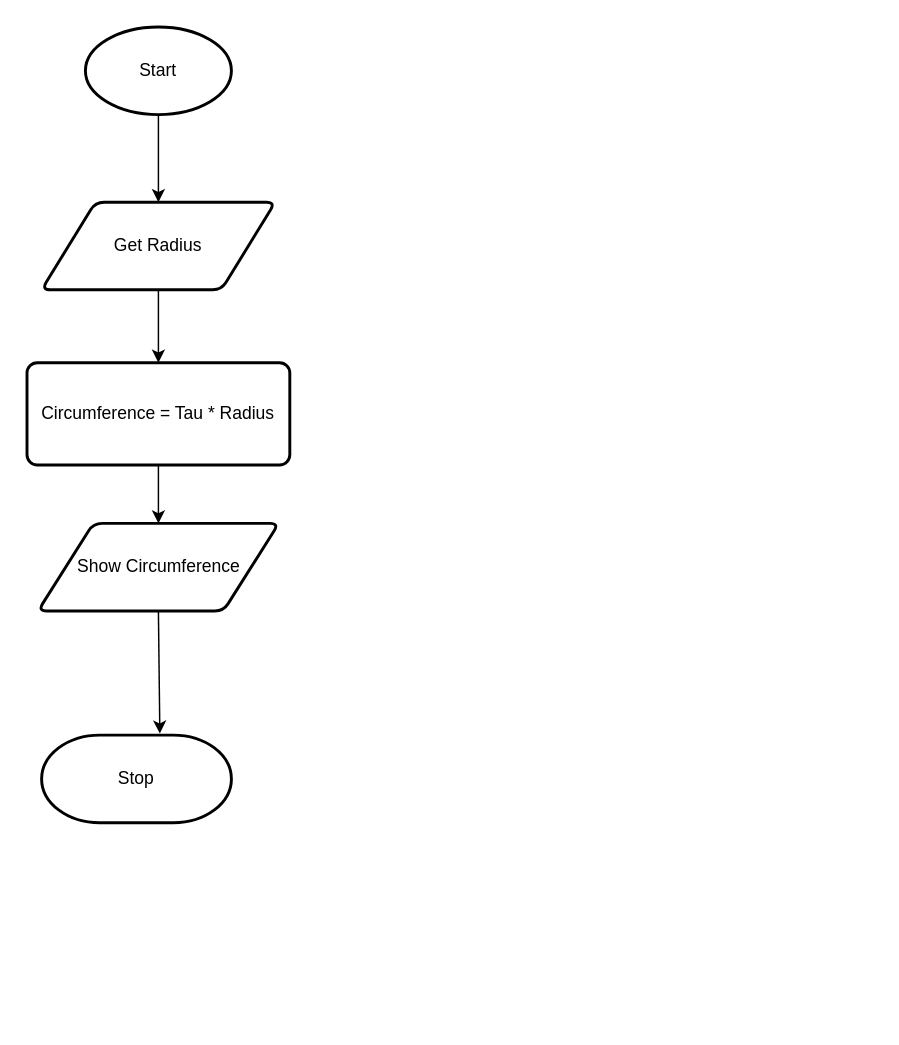
Above: flowchart.drawio in Ethan-Prieur1/ICS3U-Assignment4-Python (draw.io), before the change. Source tidied: cells renumbered, new cells numbered last; positions are measured from the earlier drawing's top-left corner, leaving out a move shared by most shapes. Both pictures are drawn from the tidied source at 146%, with x=0, y=0 at pixel (26, 26).
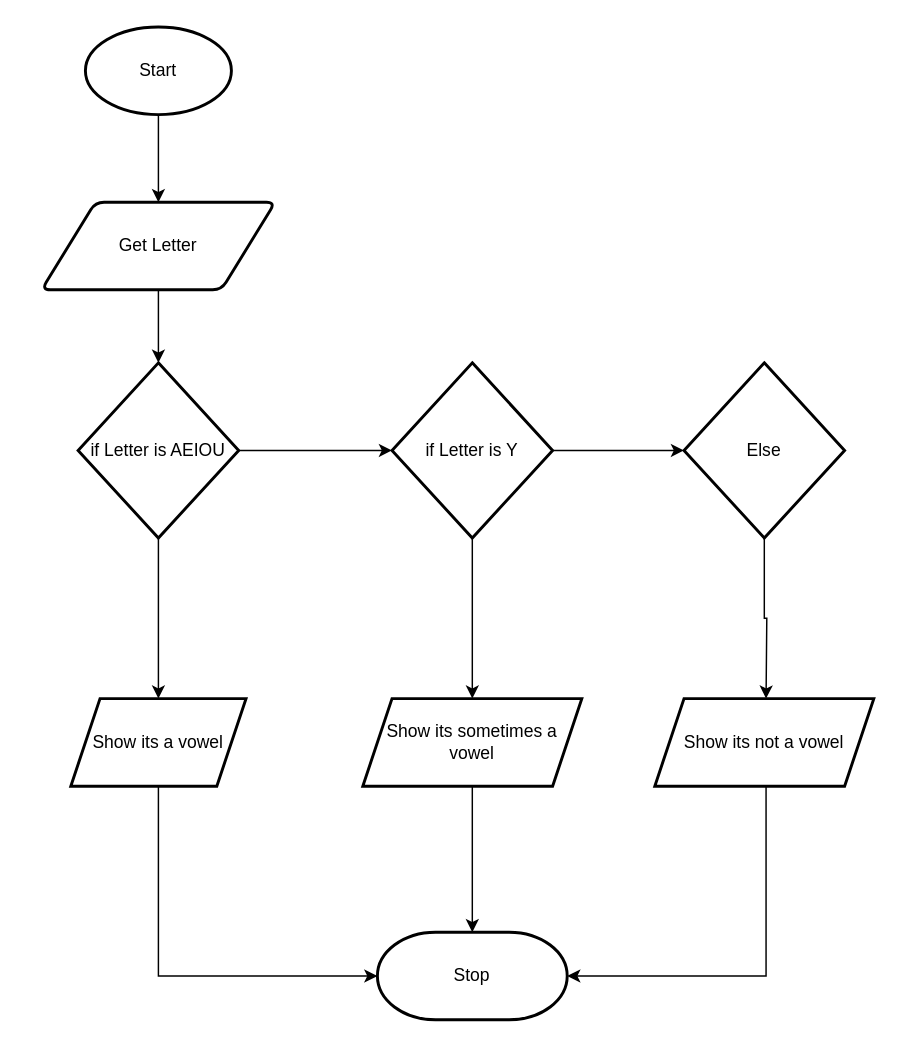
After the change.

The edit, as a diff of the source:
```diff
@@
-    <mxCell id="4" style="edgeStyle=none;html=1;exitX=0.5;exitY=1;exitDx=0;exitDy=0;entryX=0.5;entryY=0;entryDx=0;entryDy=0;" parent="1" edge="1" source="5" target="7">
-      <mxGeometry relative="1" as="geometry" />
+    <mxCell id="4" style="edgeStyle=none;html=1;exitX=0.5;exitY=1;exitDx=0;exitDy=0;entryX=0.5;entryY=0;entryDx=0;entryDy=0;" parent="1" edge="1" source="5">
+      <mxGeometry relative="1" as="geometry">
+        <mxPoint x="90" y="230" as="targetPoint" />
+      </mxGeometry>
     </mxCell>
-    <mxCell id="5" value="Get Radius" style="shape=parallelogram;html=1;strokeWidth=2;perimeter=parallelogramPerimeter;whiteSpace=wrap;rounded=1;arcSize=12;size=0.23;" parent="1" vertex="1">
+    <mxCell id="5" value="Get Letter" style="shape=parallelogram;html=1;strokeWidth=2;perimeter=parallelogramPerimeter;whiteSpace=wrap;rounded=1;arcSize=12;size=0.23;" parent="1" vertex="1">
       <mxGeometry x="10" y="120" width="160" height="60" as="geometry" />
     </mxCell>
-    <mxCell id="6" style="edgeStyle=none;html=1;exitX=0.5;exitY=1;exitDx=0;exitDy=0;entryX=0.5;entryY=0;entryDx=0;entryDy=0;" parent="1" edge="1" source="7" target="9">
-      <mxGeometry relative="1" as="geometry" />
-    </mxCell>
-    <mxCell id="7" value="Circumference = Tau * Radius" style="rounded=1;whiteSpace=wrap;html=1;absoluteArcSize=1;arcSize=14;strokeWidth=2;" parent="1" vertex="1">
-      <mxGeometry y="230" width="180" height="70" as="geometry" />
-    </mxCell>
-    <mxCell id="8" style="edgeStyle=none;html=1;exitX=0.5;exitY=1;exitDx=0;exitDy=0;entryX=0.623;entryY=-0.017;entryDx=0;entryDy=0;entryPerimeter=0;" parent="1" edge="1" source="9" target="10">
-      <mxGeometry relative="1" as="geometry" />
-    </mxCell>
-    <mxCell id="9" value="Show Circumference" style="shape=parallelogram;html=1;strokeWidth=2;perimeter=parallelogramPerimeter;whiteSpace=wrap;rounded=1;arcSize=12;size=0.23;" parent="1" vertex="1">
-      <mxGeometry x="7.5" y="340" width="165" height="60" as="geometry" />
-    </mxCell>
     <mxCell id="10" value="Stop" style="strokeWidth=2;html=1;shape=mxgraph.flowchart.terminator;whiteSpace=wrap;" parent="1" vertex="1">
-      <mxGeometry x="10" y="485" width="130" height="60" as="geometry" />
+      <mxGeometry x="240" y="620" width="130" height="60" as="geometry" />
     </mxCell>
+    <mxCell id="11" style="edgeStyle=none;html=1;" parent="1" edge="1" source="13" target="15">
+      <mxGeometry relative="1" as="geometry" />
+    </mxCell>
+    <mxCell id="12" style="edgeStyle=orthogonalEdgeStyle;rounded=0;html=1;" parent="1" edge="1" source="13" target="18">
+      <mxGeometry relative="1" as="geometry" />
+    </mxCell>
+    <mxCell id="13" value="if Letter is AEIOU" style="strokeWidth=2;html=1;shape=mxgraph.flowchart.decision;whiteSpace=wrap;" parent="1" vertex="1">
+      <mxGeometry x="35" y="230" width="110" height="120" as="geometry" />
+    </mxCell>
+    <mxCell id="14" style="edgeStyle=orthogonalEdgeStyle;html=1;entryX=0;entryY=0.5;entryDx=0;entryDy=0;entryPerimeter=0;rounded=0;" parent="1" edge="1" source="15" target="10">
+      <mxGeometry relative="1" as="geometry">
+        <Array as="points">
+          <mxPoint x="90" y="650" />
+        </Array>
+      </mxGeometry>
+    </mxCell>
+    <mxCell id="15" value="Show its a vowel" style="shape=parallelogram;perimeter=parallelogramPerimeter;whiteSpace=wrap;html=1;fixedSize=1;strokeWidth=2;" parent="1" vertex="1">
+      <mxGeometry x="30" y="460" width="120" height="60" as="geometry" />
+    </mxCell>
+    <mxCell id="16" style="edgeStyle=orthogonalEdgeStyle;rounded=0;html=1;" parent="1" edge="1" source="18" target="20">
+      <mxGeometry relative="1" as="geometry" />
+    </mxCell>
+    <mxCell id="17" style="edgeStyle=orthogonalEdgeStyle;rounded=0;html=1;" parent="1" edge="1" source="18" target="22">
+      <mxGeometry relative="1" as="geometry" />
+    </mxCell>
+    <mxCell id="18" value="if Letter is Y" style="strokeWidth=2;html=1;shape=mxgraph.flowchart.decision;whiteSpace=wrap;" parent="1" vertex="1">
+      <mxGeometry x="250" y="230" width="110" height="120" as="geometry" />
+    </mxCell>
+    <mxCell id="19" style="edgeStyle=orthogonalEdgeStyle;rounded=0;html=1;exitX=0.5;exitY=1;exitDx=0;exitDy=0;exitPerimeter=0;entryX=0.5;entryY=0;entryDx=0;entryDy=0;" parent="1" edge="1" source="20">
+      <mxGeometry relative="1" as="geometry">
+        <mxPoint x="506.2" y="460" as="targetPoint" />
+      </mxGeometry>
+    </mxCell>
+    <mxCell id="20" value="Else" style="strokeWidth=2;html=1;shape=mxgraph.flowchart.decision;whiteSpace=wrap;" parent="1" vertex="1">
+      <mxGeometry x="450" y="230" width="110" height="120" as="geometry" />
+    </mxCell>
+    <mxCell id="21" style="edgeStyle=orthogonalEdgeStyle;rounded=0;html=1;" parent="1" edge="1" source="22" target="10">
+      <mxGeometry relative="1" as="geometry" />
+    </mxCell>
+    <mxCell id="22" value="Show its sometimes a vowel" style="shape=parallelogram;perimeter=parallelogramPerimeter;whiteSpace=wrap;html=1;fixedSize=1;strokeWidth=2;" parent="1" vertex="1">
+      <mxGeometry x="230" y="460" width="150" height="60" as="geometry" />
+    </mxCell>
+    <mxCell id="23" style="edgeStyle=orthogonalEdgeStyle;rounded=0;html=1;exitX=0.5;exitY=1;exitDx=0;exitDy=0;entryX=1;entryY=0.5;entryDx=0;entryDy=0;entryPerimeter=0;" parent="1" edge="1" target="10">
+      <mxGeometry relative="1" as="geometry">
+        <mxPoint x="506.2" y="520" as="sourcePoint" />
+        <Array as="points">
+          <mxPoint x="506" y="650" />
+        </Array>
+      </mxGeometry>
+    </mxCell>
+    <mxCell id="24" value="Show its not a vowel" style="shape=parallelogram;perimeter=parallelogramPerimeter;whiteSpace=wrap;html=1;fixedSize=1;strokeWidth=2;" parent="1" vertex="1">
+      <mxGeometry x="430" y="460" width="150" height="60" as="geometry" />
+    </mxCell>
```
